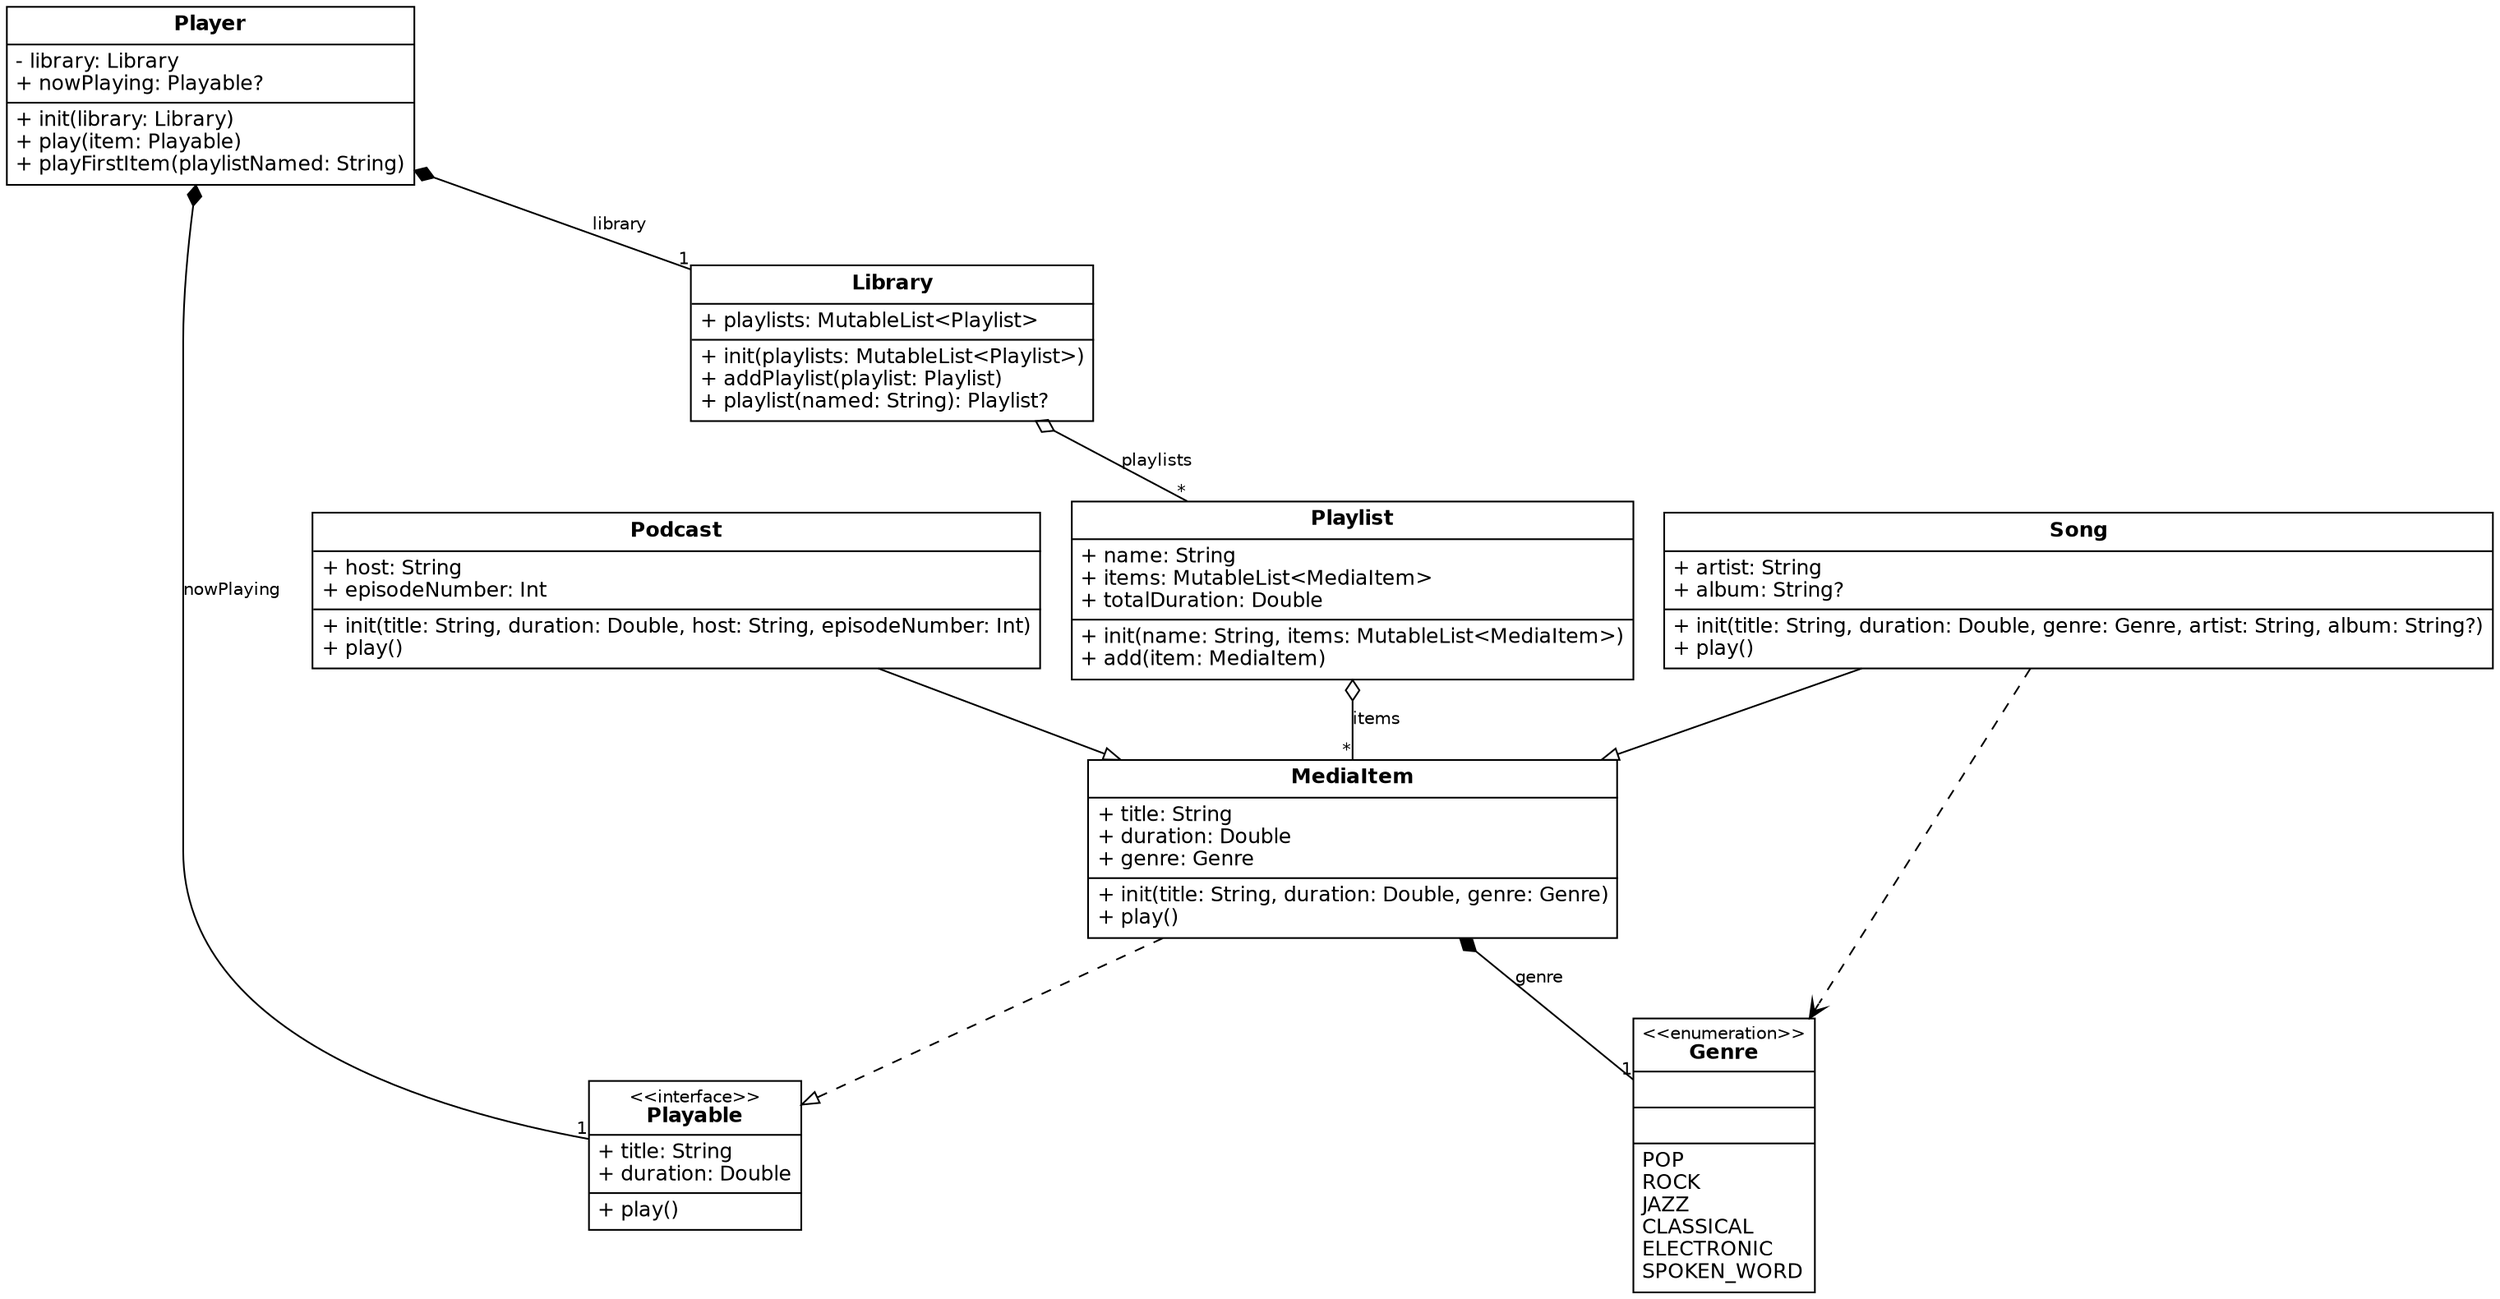
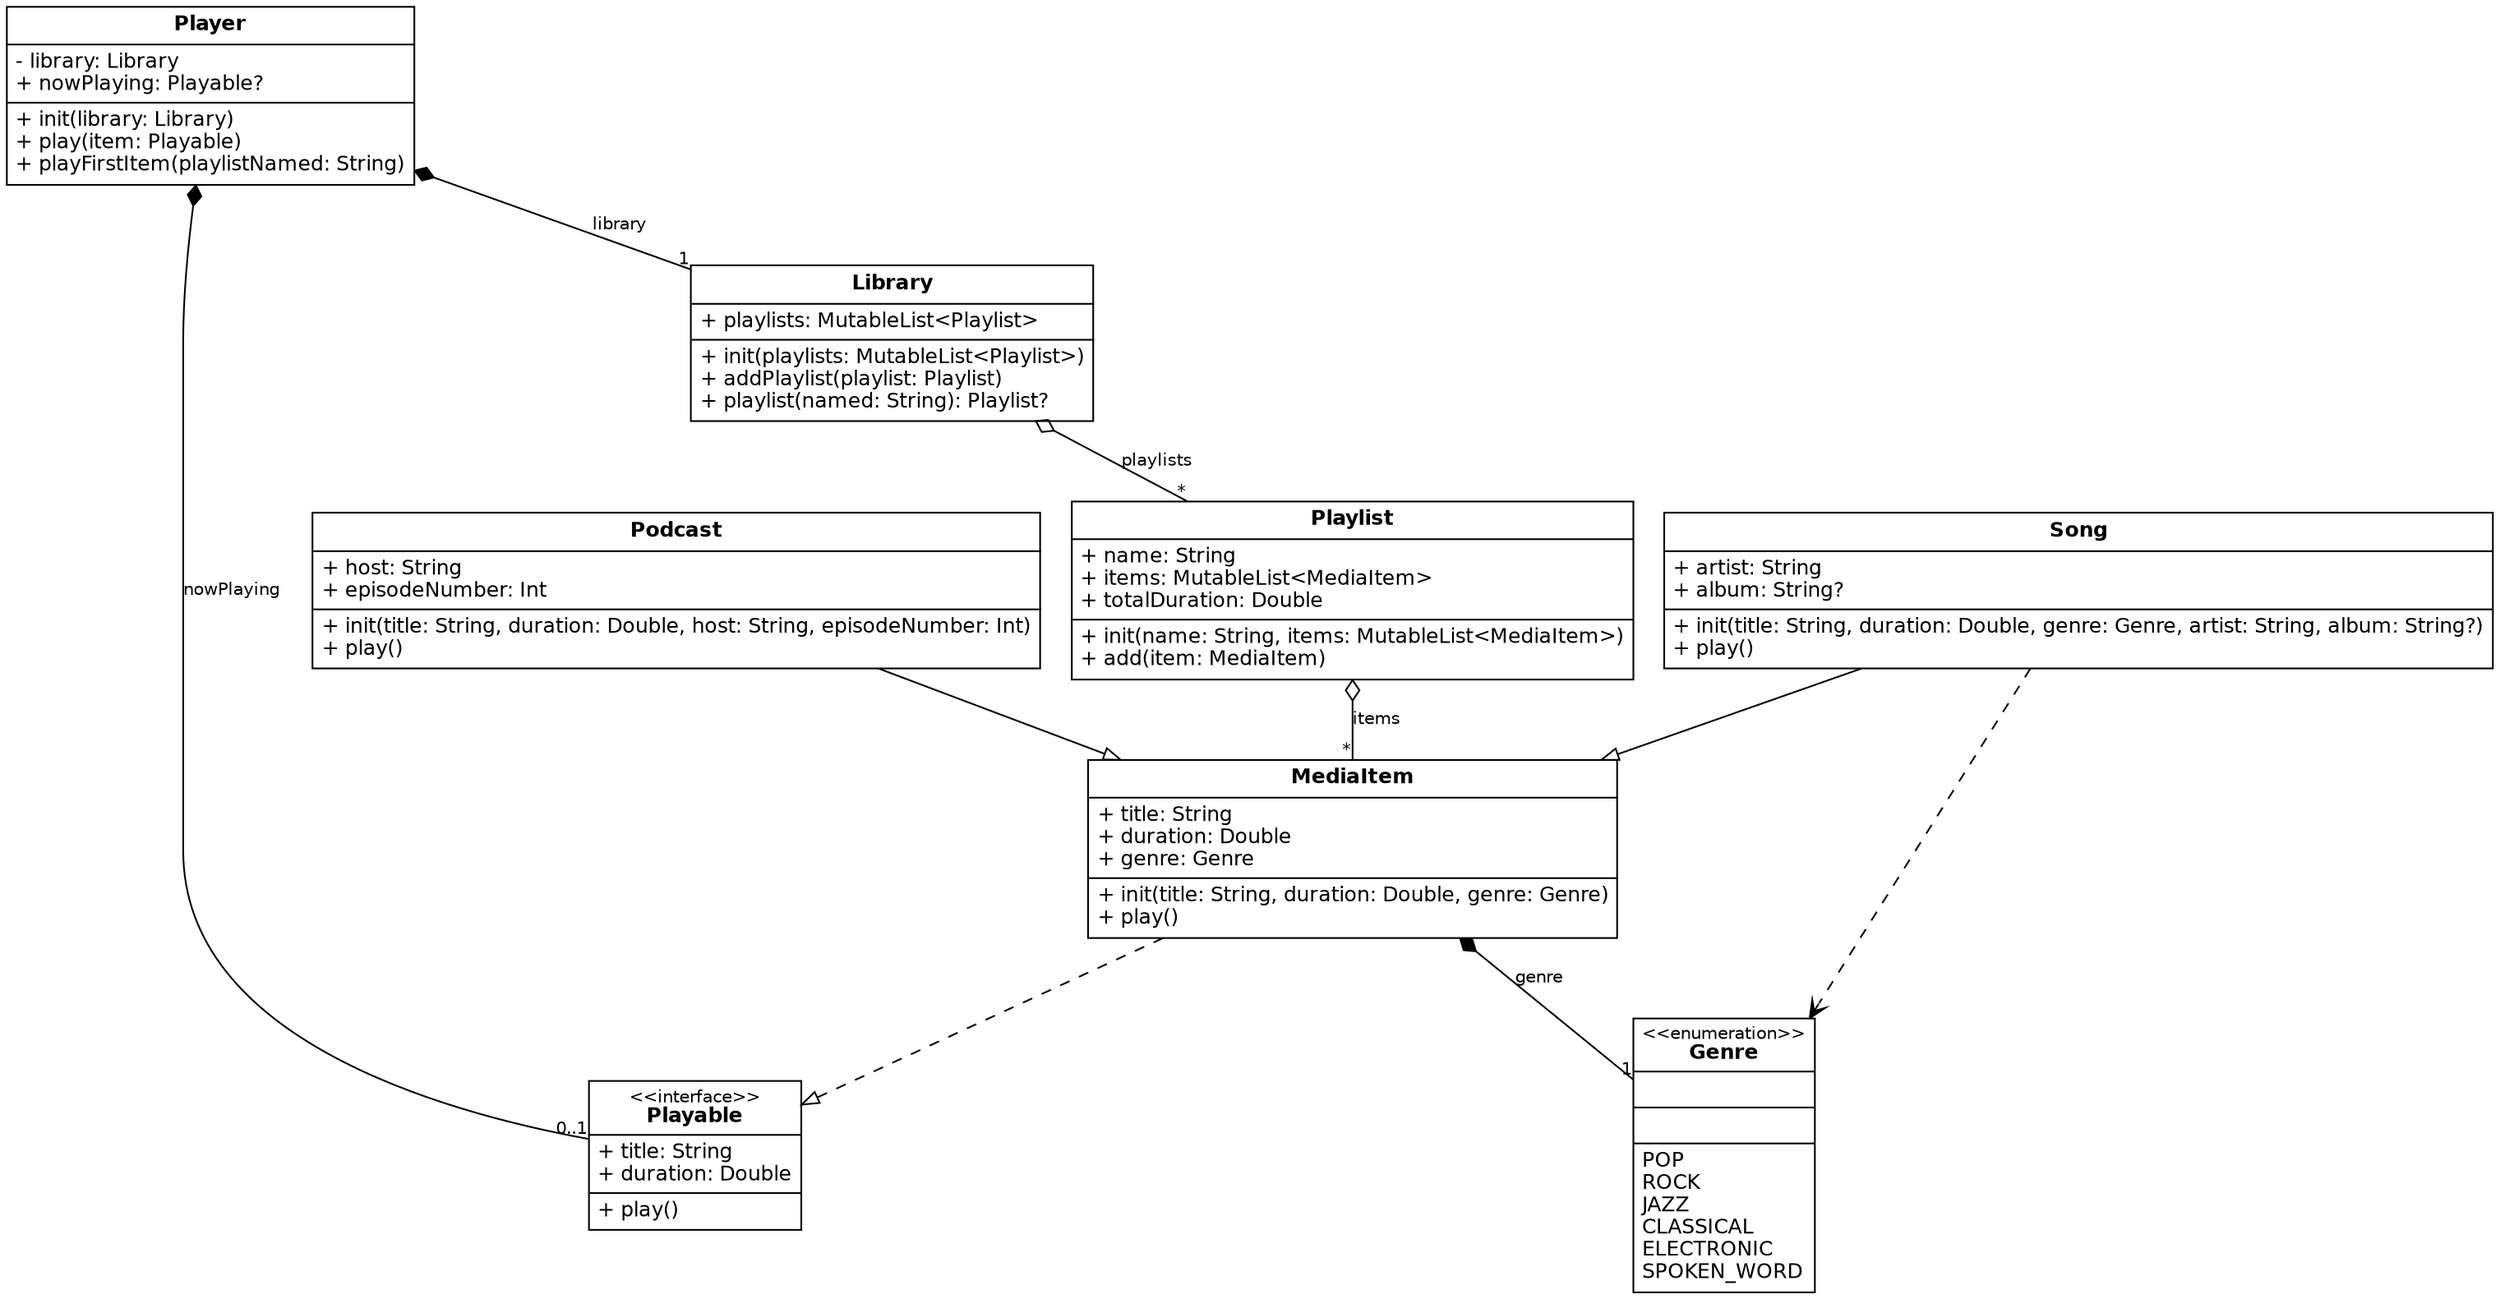
digraph UML {
  rankdir=TB;
  compound=true;
  fontname="Helvetica";
  fontsize=12;
  node [shape=none margin=0 fontname="Helvetica" fontsize=12];
  edge [fontname="Helvetica" fontsize=10];
  "medialibrary.Library" [label=<<TABLE BORDER="1" CELLBORDER="0" CELLSPACING="0" CELLPADDING="4"><TR><TD ALIGN="CENTER"><B>Library</B></TD></TR><HR/><TR><TD ALIGN="LEFT">+ playlists: MutableList&lt;Playlist&gt;<BR ALIGN="LEFT"/></TD></TR><HR/><TR><TD ALIGN="LEFT">+ init(playlists: MutableList&lt;Playlist&gt;)<BR ALIGN="LEFT"/>+ addPlaylist(playlist: Playlist)<BR ALIGN="LEFT"/>+ playlist(named: String): Playlist?<BR ALIGN="LEFT"/></TD></TR></TABLE>>];
  "medialibrary.MediaItem" [label=<<TABLE BORDER="1" CELLBORDER="0" CELLSPACING="0" CELLPADDING="4"><TR><TD ALIGN="CENTER"><B>MediaItem</B></TD></TR><HR/><TR><TD ALIGN="LEFT">+ title: String<BR ALIGN="LEFT"/>+ duration: Double<BR ALIGN="LEFT"/>+ genre: Genre<BR ALIGN="LEFT"/></TD></TR><HR/><TR><TD ALIGN="LEFT">+ init(title: String, duration: Double, genre: Genre)<BR ALIGN="LEFT"/>+ play()<BR ALIGN="LEFT"/></TD></TR></TABLE>>];
  "medialibrary.Playable" [label=<<TABLE BORDER="1" CELLBORDER="0" CELLSPACING="0" CELLPADDING="4"><TR><TD ALIGN="CENTER"><FONT POINT-SIZE="10">&lt;&lt;interface&gt;&gt;</FONT><BR/><B>Playable</B></TD></TR><HR/><TR><TD ALIGN="LEFT">+ title: String<BR ALIGN="LEFT"/>+ duration: Double<BR ALIGN="LEFT"/></TD></TR><HR/><TR><TD ALIGN="LEFT">+ play()<BR ALIGN="LEFT"/></TD></TR></TABLE>>];
  "medialibrary.Genre" [label=<<TABLE BORDER="1" CELLBORDER="0" CELLSPACING="0" CELLPADDING="4"><TR><TD ALIGN="CENTER"><FONT POINT-SIZE="10">&lt;&lt;enumeration&gt;&gt;</FONT><BR/><B>Genre</B></TD></TR><HR/><TR><TD ALIGN="LEFT"> </TD></TR><HR/><TR><TD ALIGN="LEFT"> </TD></TR><HR/><TR><TD ALIGN="LEFT">POP<BR ALIGN="LEFT"/>ROCK<BR ALIGN="LEFT"/>JAZZ<BR ALIGN="LEFT"/>CLASSICAL<BR ALIGN="LEFT"/>ELECTRONIC<BR ALIGN="LEFT"/>SPOKEN_WORD<BR ALIGN="LEFT"/></TD></TR></TABLE>>];
  "medialibrary.Player" [label=<<TABLE BORDER="1" CELLBORDER="0" CELLSPACING="0" CELLPADDING="4"><TR><TD ALIGN="CENTER"><B>Player</B></TD></TR><HR/><TR><TD ALIGN="LEFT">- library: Library<BR ALIGN="LEFT"/>+ nowPlaying: Playable?<BR ALIGN="LEFT"/></TD></TR><HR/><TR><TD ALIGN="LEFT">+ init(library: Library)<BR ALIGN="LEFT"/>+ play(item: Playable)<BR ALIGN="LEFT"/>+ playFirstItem(playlistNamed: String)<BR ALIGN="LEFT"/></TD></TR></TABLE>>];
  "medialibrary.Playlist" [label=<<TABLE BORDER="1" CELLBORDER="0" CELLSPACING="0" CELLPADDING="4"><TR><TD ALIGN="CENTER"><B>Playlist</B></TD></TR><HR/><TR><TD ALIGN="LEFT">+ name: String<BR ALIGN="LEFT"/>+ items: MutableList&lt;MediaItem&gt;<BR ALIGN="LEFT"/>+ totalDuration: Double<BR ALIGN="LEFT"/></TD></TR><HR/><TR><TD ALIGN="LEFT">+ init(name: String, items: MutableList&lt;MediaItem&gt;)<BR ALIGN="LEFT"/>+ add(item: MediaItem)<BR ALIGN="LEFT"/></TD></TR></TABLE>>];
  "medialibrary.Podcast" [label=<<TABLE BORDER="1" CELLBORDER="0" CELLSPACING="0" CELLPADDING="4"><TR><TD ALIGN="CENTER"><B>Podcast</B></TD></TR><HR/><TR><TD ALIGN="LEFT">+ host: String<BR ALIGN="LEFT"/>+ episodeNumber: Int<BR ALIGN="LEFT"/></TD></TR><HR/><TR><TD ALIGN="LEFT">+ init(title: String, duration: Double, host: String, episodeNumber: Int)<BR ALIGN="LEFT"/>+ play()<BR ALIGN="LEFT"/></TD></TR></TABLE>>];
  "medialibrary.Song" [label=<<TABLE BORDER="1" CELLBORDER="0" CELLSPACING="0" CELLPADDING="4"><TR><TD ALIGN="CENTER"><B>Song</B></TD></TR><HR/><TR><TD ALIGN="LEFT">+ artist: String<BR ALIGN="LEFT"/>+ album: String?<BR ALIGN="LEFT"/></TD></TR><HR/><TR><TD ALIGN="LEFT">+ init(title: String, duration: Double, genre: Genre, artist: String, album: String?)<BR ALIGN="LEFT"/>+ play()<BR ALIGN="LEFT"/></TD></TR></TABLE>>];
  "medialibrary.MediaItem" -> "medialibrary.Playable" [arrowhead=empty style=dashed];
  "medialibrary.Podcast" -> "medialibrary.MediaItem" [arrowhead=empty style=solid];
  "medialibrary.Song" -> "medialibrary.MediaItem" [arrowhead=empty style=solid];
  "medialibrary.Library" -> "medialibrary.Playlist" [dir=back arrowtail=odiamond label="playlists" headlabel="*"];
  "medialibrary.MediaItem" -> "medialibrary.Genre" [dir=back arrowtail=diamond label="genre" headlabel="1"];
  "medialibrary.Player" -> "medialibrary.Library" [dir=back arrowtail=diamond label="library" headlabel="1"];
-   "medialibrary.Player" -> "medialibrary.Playable" [dir=back arrowtail=diamond label="nowPlaying" headlabel="1"];
+   "medialibrary.Player" -> "medialibrary.Playable" [dir=back arrowtail=diamond label="nowPlaying" headlabel="0..1"];
  "medialibrary.Playlist" -> "medialibrary.MediaItem" [dir=back arrowtail=odiamond label="items" headlabel="*"];
  "medialibrary.Song" -> "medialibrary.Genre" [arrowhead=vee style=dashed];
}
